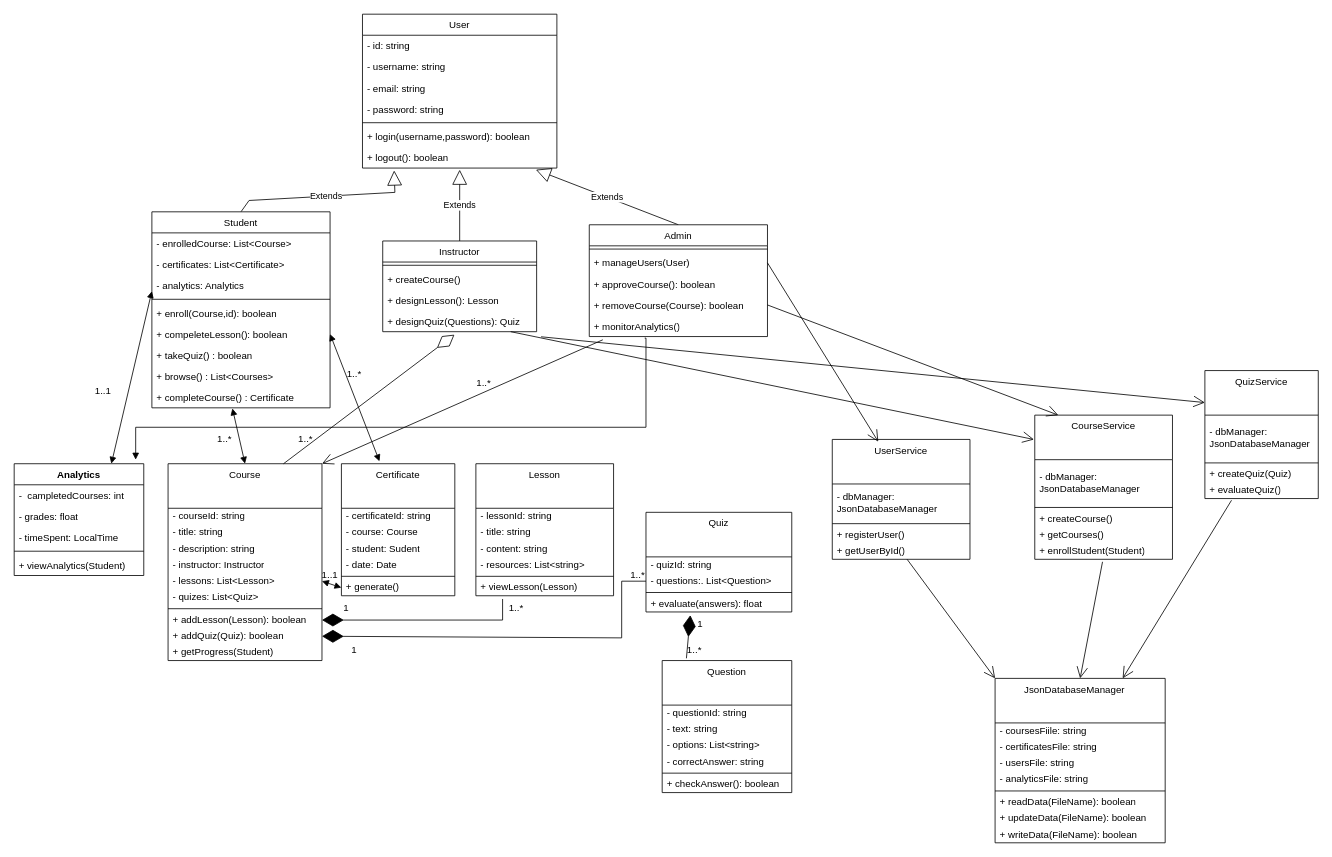
This is page "Page-1" (1 of 2) of ClassDiagram.drawio from ahmed-elmasryy/SkillForge-UML-Design, a draw.io file, before an edit. Source tidied: cells renumbered, new cells numbered last; positions are measured from the earlier drawing's top-left corner, leaving out a move shared by most shapes. Both pictures are drawn from the tidied source at 81%, with x=0, y=0 at pixel (14, 14).
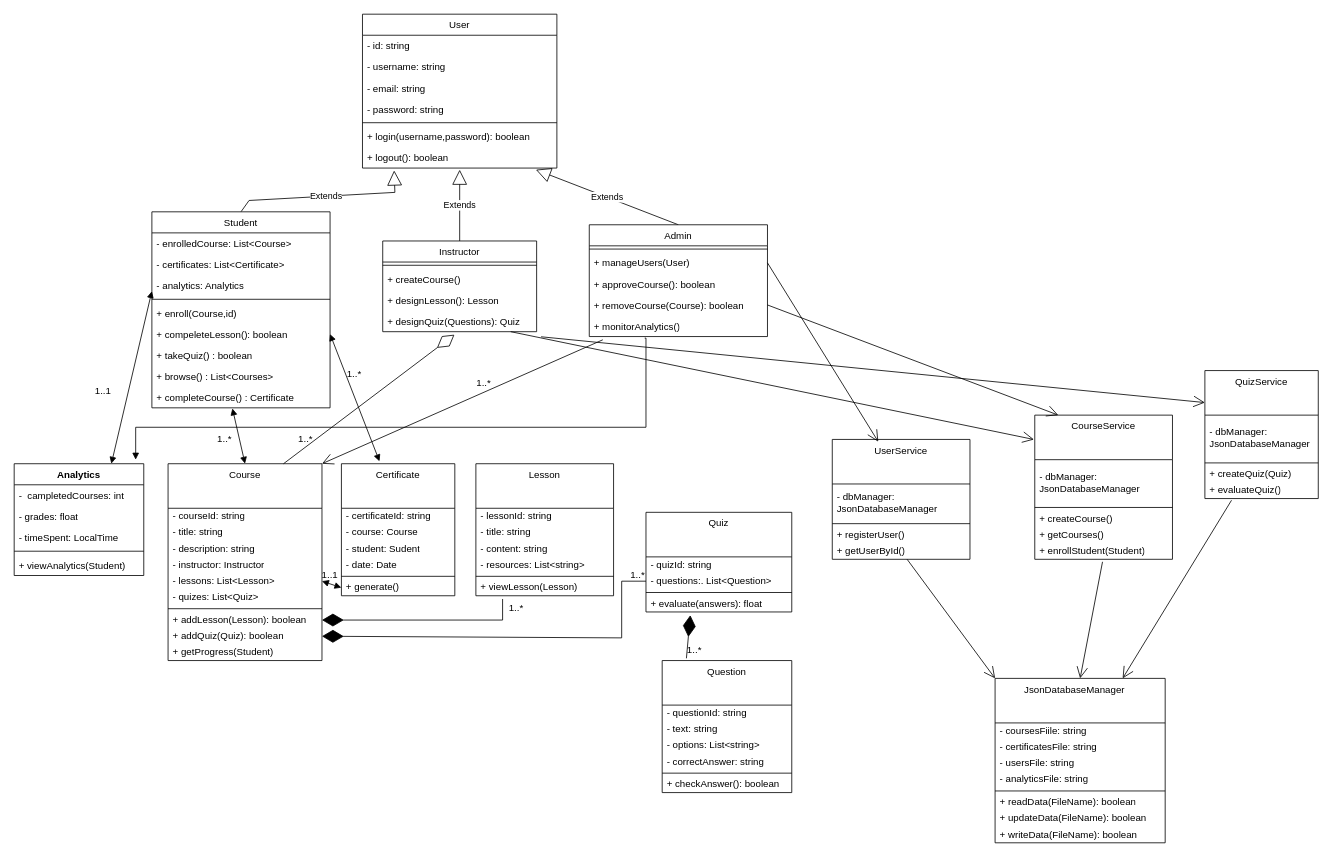
Above is the later version.

The change refers to these unchanged cells:
```xml
<mxCell id="81" value="&lt;span style=&quot;font-weight: 400;&quot;&gt;Student&lt;/span&gt;" style="swimlane;fontStyle=1;align=center;verticalAlign=top;horizontal=1;startSize=26;whiteSpace=wrap;html=1;" parent="1" vertex="1">
  <mxGeometry x="170" y="244" width="220" height="242" as="geometry" />
</mxCell>
```

Change to the diagram source:
```diff
@@
-    <mxCell id="86" value="+ enroll(Course,id): boolean&amp;nbsp;" style="text;strokeColor=none;fillColor=none;align=left;verticalAlign=top;spacingLeft=4;spacingRight=4;overflow=hidden;whiteSpace=wrap;html=1;" parent="81" vertex="1">
+    <mxCell id="86" value="+ enroll(Course,id)" style="text;strokeColor=none;fillColor=none;align=left;verticalAlign=top;spacingLeft=4;spacingRight=4;overflow=hidden;whiteSpace=wrap;html=1;" parent="81" vertex="1">
       <mxGeometry y="112" width="220" height="26" as="geometry" />
     </mxCell>
@@
-    <mxCell id="113" value="1" style="text;html=1;whiteSpace=wrap;strokeColor=none;fillColor=none;align=center;verticalAlign=middle;rounded=0;" parent="1" vertex="1">
-      <mxGeometry x="817" y="738" width="60" height="30" as="geometry" />
-    </mxCell>
@@
-    <mxCell id="116" value="1" style="text;html=1;whiteSpace=wrap;strokeColor=none;fillColor=none;align=center;verticalAlign=middle;rounded=0;" parent="1" vertex="1">
-      <mxGeometry x="380" y="718" width="60" height="30" as="geometry" />
-    </mxCell>
-    <mxCell id="117" value="1" style="text;html=1;whiteSpace=wrap;strokeColor=none;fillColor=none;align=center;verticalAlign=middle;rounded=0;" parent="1" vertex="1">
-      <mxGeometry x="390" y="770" width="60" height="30" as="geometry" />
-    </mxCell>
```
